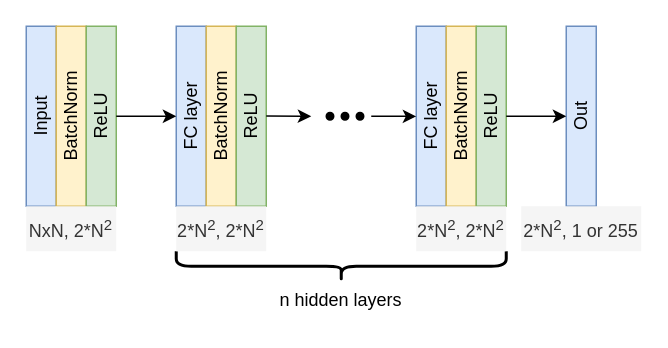
The draw.io diagram FC_NN.drawio in Felecort/NN_Filter_Radiolocation_Imgs, before the edit. Source tidied: cells renumbered, new cells numbered last; positions are measured from the earlier drawing's top-left corner, leaving out a move shared by most shapes. Both pictures are drawn from the tidied source at 150%, with x=0, y=0 at pixel (-50, 100).
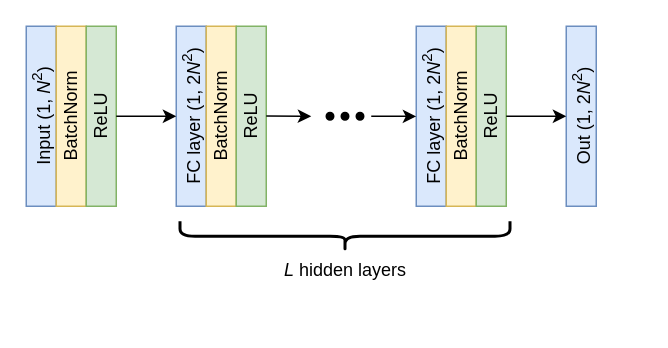
The same diagram, later.

Diff of the diagram source:
```diff
@@
-    <mxCell id="2" value="Input" style="rounded=0;whiteSpace=wrap;html=1;direction=south;rotation=-90;fillColor=#dae8fc;strokeColor=#6c8ebf;" parent="1" vertex="1">
+    <mxCell id="2" value="Input (1, &lt;i&gt;N&lt;/i&gt;&lt;sup&gt;2&lt;/sup&gt;)" style="rounded=0;whiteSpace=wrap;html=1;direction=south;rotation=-90;fillColor=#dae8fc;strokeColor=#6c8ebf;" parent="1" vertex="1">
       <mxGeometry width="120" height="20" as="geometry" />
     </mxCell>
@@
-    <mxCell id="5" value="FC layer" style="rounded=0;whiteSpace=wrap;html=1;direction=south;rotation=-90;fillColor=#dae8fc;strokeColor=#6c8ebf;" parent="1" vertex="1">
+    <mxCell id="5" value="FC layer (1, 2&lt;i&gt;N&lt;/i&gt;&lt;sup style=&quot;&quot;&gt;2&lt;/sup&gt;)" style="rounded=0;whiteSpace=wrap;html=1;direction=south;rotation=-90;fillColor=#dae8fc;strokeColor=#6c8ebf;" parent="1" vertex="1">
       <mxGeometry x="100" width="120" height="20" as="geometry" />
     </mxCell>
-    <mxCell id="6" value="Out" style="rounded=0;whiteSpace=wrap;html=1;direction=south;rotation=-90;fillColor=#dae8fc;strokeColor=#6c8ebf;" parent="1" vertex="1">
+    <mxCell id="6" value="Out (1, 2&lt;i&gt;N&lt;/i&gt;&lt;sup&gt;2&lt;/sup&gt;)" style="rounded=0;whiteSpace=wrap;html=1;direction=south;rotation=-90;fillColor=#dae8fc;strokeColor=#6c8ebf;" parent="1" vertex="1">
       <mxGeometry x="360" width="120" height="20" as="geometry" />
     </mxCell>
@@
-    <mxCell id="9" value="FC layer" style="rounded=0;whiteSpace=wrap;html=1;direction=south;rotation=-90;fillColor=#dae8fc;strokeColor=#6c8ebf;" parent="1" vertex="1">
+    <mxCell id="9" value="FC layer (1, 2&lt;i&gt;N&lt;/i&gt;&lt;sup&gt;2&lt;/sup&gt;)" style="rounded=0;whiteSpace=wrap;html=1;direction=south;rotation=-90;fillColor=#dae8fc;strokeColor=#6c8ebf;" parent="1" vertex="1">
       <mxGeometry x="260" width="120" height="20" as="geometry" />
     </mxCell>
@@
-    <mxCell id="19" value="NxN, 2*N&lt;sup&gt;2&lt;/sup&gt;" style="text;html=1;strokeColor=none;fillColor=#f5f5f5;align=center;verticalAlign=middle;whiteSpace=wrap;rounded=0;fontColor=#333333;" parent="1" vertex="1">
-      <mxGeometry x="50" y="70" width="60" height="30" as="geometry" />
-    </mxCell>
-    <mxCell id="20" value="2*N&lt;sup style=&quot;border-color: var(--border-color);&quot;&gt;2&lt;/sup&gt;, 1 or 255" style="text;html=1;strokeColor=none;fillColor=#f5f5f5;align=center;verticalAlign=middle;whiteSpace=wrap;rounded=0;fontColor=#333333;" parent="1" vertex="1">
-      <mxGeometry x="380" y="70" width="80" height="30" as="geometry" />
-    </mxCell>
     <mxCell id="21" style="shape=curlyBracket;whiteSpace=wrap;html=1;rounded=1;flipH=1;labelPosition=right;verticalLabelPosition=middle;align=left;verticalAlign=middle;rotation=90;size=0.5;strokeWidth=2;shadow=0;fillStyle=auto;" parent="1" vertex="1">
-      <mxGeometry x="250" width="20" height="220" as="geometry" />
+      <mxGeometry x="252.5" y="-20" width="20" height="220" as="geometry" />
     </mxCell>
-    <mxCell id="22" value="n hidden layers" style="text;html=1;strokeColor=none;fillColor=none;align=center;verticalAlign=middle;whiteSpace=wrap;rounded=0;" parent="1" vertex="1">
-      <mxGeometry x="211.2" y="117.5" width="97.5" height="30" as="geometry" />
+    <mxCell id="22" value="&lt;i&gt;L&lt;/i&gt; hidden layers" style="text;html=1;strokeColor=none;fillColor=none;align=center;verticalAlign=middle;whiteSpace=wrap;rounded=0;" parent="1" vertex="1">
+      <mxGeometry x="213.8" y="97.5" width="97.5" height="30" as="geometry" />
     </mxCell>
-    <mxCell id="23" value="2*N&lt;sup style=&quot;border-color: var(--border-color);&quot;&gt;2&lt;/sup&gt;, 2*N&lt;sup&gt;2&lt;/sup&gt;" style="text;html=1;strokeColor=none;fillColor=#f5f5f5;align=center;verticalAlign=middle;whiteSpace=wrap;rounded=0;fontColor=#333333;" parent="1" vertex="1">
-      <mxGeometry x="150" y="70" width="60" height="30" as="geometry" />
-    </mxCell>
-    <mxCell id="24" value="2*N&lt;sup style=&quot;border-color: var(--border-color);&quot;&gt;2&lt;/sup&gt;, 2*N&lt;sup&gt;2&lt;/sup&gt;" style="text;html=1;strokeColor=none;fillColor=#f5f5f5;align=center;verticalAlign=middle;whiteSpace=wrap;rounded=0;fontColor=#333333;" parent="1" vertex="1">
-      <mxGeometry x="310" y="70" width="60" height="30" as="geometry" />
-    </mxCell>
```
